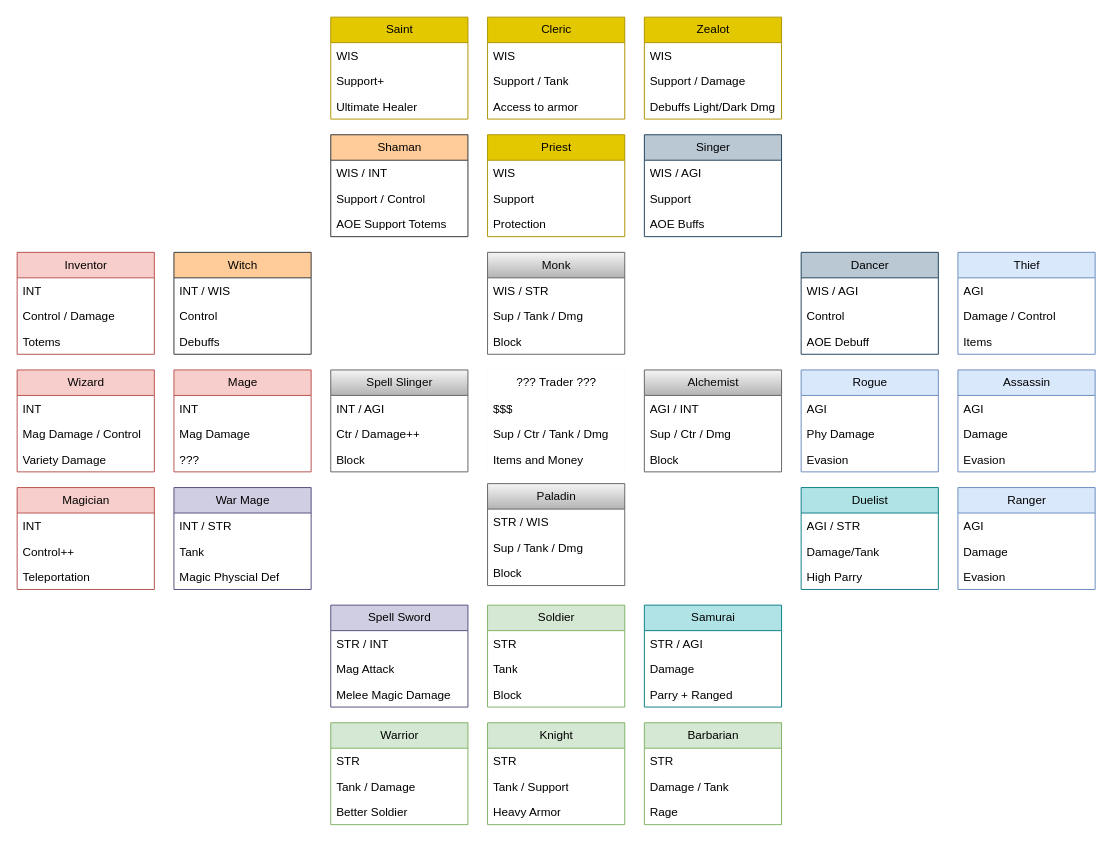
Earlier version of the draw.io diagram page "Page-1" (1 of 2) of notes/Classes.drawio (jhunt10/Pages). Source tidied: cells renumbered, new cells numbered last; positions are measured from the earlier drawing's top-left corner, leaving out a move shared by most shapes. Both pictures are drawn from the tidied source at 98%, with x=0, y=0 at pixel (17, 17).
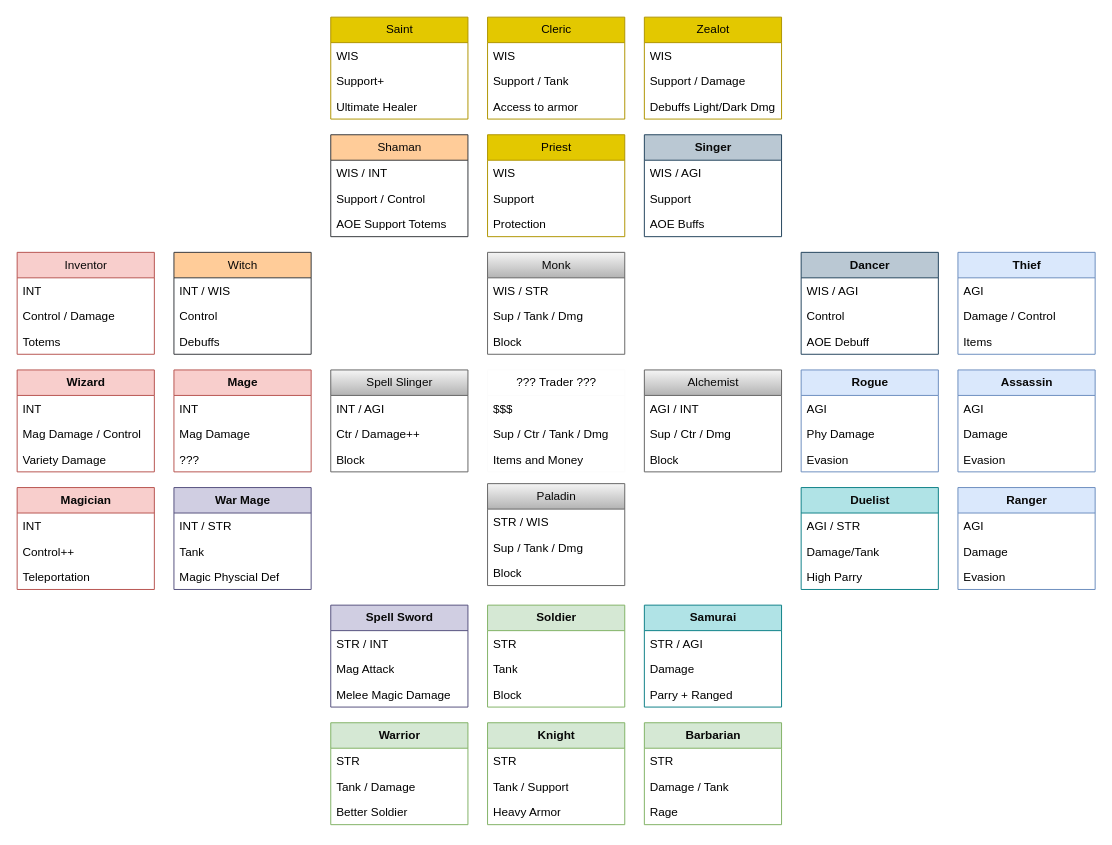
Above is the later version.

Change to the diagram source:
```diff
@@
-    <mxCell id="2" value="Mage" style="swimlane;fontStyle=0;horizontal=1;startSize=26;fillColor=#f8cecc;html=1;strokeColor=#b85450;" parent="1" vertex="1">
+    <mxCell id="2" value="Mage" style="swimlane;fontStyle=1;horizontal=1;startSize=26;fillColor=#f8cecc;html=1;strokeColor=#b85450;fontColor=#080808;" parent="1" vertex="1">
       <mxGeometry x="160" y="360" width="140" height="104" as="geometry" />
     </mxCell>
@@
-    <mxCell id="6" value="Rogue" style="swimlane;fontStyle=0;horizontal=1;startSize=26;fillColor=#dae8fc;html=1;strokeColor=#6c8ebf;" parent="1" vertex="1">
+    <mxCell id="6" value="Rogue" style="swimlane;fontStyle=1;horizontal=1;startSize=26;fillColor=#dae8fc;html=1;strokeColor=#6c8ebf;fontColor=#080808;" parent="1" vertex="1">
       <mxGeometry x="800" y="360" width="140" height="104" as="geometry" />
     </mxCell>
@@
-    <mxCell id="10" value="Soldier" style="swimlane;fontStyle=0;horizontal=1;startSize=26;fillColor=#d5e8d4;html=1;strokeColor=#82b366;" parent="1" vertex="1">
+    <mxCell id="10" value="Soldier" style="swimlane;fontStyle=1;horizontal=1;startSize=26;fillColor=#d5e8d4;html=1;strokeColor=#82b366;fontColor=#080808;" parent="1" vertex="1">
       <mxGeometry x="480" y="600" width="140" height="104" as="geometry" />
     </mxCell>
@@
-    <mxCell id="18" value="Witch" style="swimlane;fontStyle=0;horizontal=1;startSize=26;fillColor=#ffcc99;html=1;strokeColor=#36393d;" parent="1" vertex="1">
+    <mxCell id="18" value="Witch" style="swimlane;fontStyle=0;horizontal=1;startSize=26;fillColor=#ffcc99;html=1;strokeColor=#36393d;fontColor=#080808;" parent="1" vertex="1">
       <mxGeometry x="160" y="240" width="140" height="104" as="geometry" />
     </mxCell>
@@
-    <mxCell id="22" value="Wizard" style="swimlane;fontStyle=0;horizontal=1;startSize=26;fillColor=#f8cecc;html=1;strokeColor=#b85450;" parent="1" vertex="1">
+    <mxCell id="22" value="Wizard" style="swimlane;fontStyle=1;horizontal=1;startSize=26;fillColor=#f8cecc;html=1;strokeColor=#b85450;fontColor=#080808;" parent="1" vertex="1">
       <mxGeometry y="360" width="140" height="104" as="geometry" />
     </mxCell>
@@
-    <mxCell id="26" value="War Mage" style="swimlane;fontStyle=0;horizontal=1;startSize=26;fillColor=#d0cee2;html=1;strokeColor=#56517e;" parent="1" vertex="1">
+    <mxCell id="26" value="War Mage" style="swimlane;fontStyle=1;horizontal=1;startSize=26;fillColor=#d0cee2;html=1;strokeColor=#56517e;fontColor=#080808;" parent="1" vertex="1">
       <mxGeometry x="160" y="480" width="140" height="104" as="geometry" />
     </mxCell>
@@
-    <mxCell id="30" value="Duelist" style="swimlane;fontStyle=0;horizontal=1;startSize=26;fillColor=#b0e3e6;html=1;strokeColor=#0e8088;" parent="1" vertex="1">
+    <mxCell id="30" value="Duelist" style="swimlane;fontStyle=1;horizontal=1;startSize=26;fillColor=#b0e3e6;html=1;strokeColor=#0e8088;fontColor=#080808;" parent="1" vertex="1">
       <mxGeometry x="800" y="480" width="140" height="104" as="geometry" />
     </mxCell>
@@
-    <mxCell id="34" value="Singer" style="swimlane;fontStyle=0;horizontal=1;startSize=26;fillColor=#bac8d3;html=1;strokeColor=#23445d;" parent="1" vertex="1">
+    <mxCell id="34" value="Singer" style="swimlane;fontStyle=1;horizontal=1;startSize=26;fillColor=#bac8d3;html=1;strokeColor=#23445d;fontColor=#080808;" parent="1" vertex="1">
       <mxGeometry x="640" y="120" width="140" height="104" as="geometry" />
     </mxCell>
@@
-    <mxCell id="38" value="Ranger" style="swimlane;fontStyle=0;horizontal=1;startSize=26;fillColor=#dae8fc;html=1;strokeColor=#6c8ebf;" parent="1" vertex="1">
+    <mxCell id="38" value="Ranger" style="swimlane;fontStyle=1;horizontal=1;startSize=26;fillColor=#dae8fc;html=1;strokeColor=#6c8ebf;fontColor=#080808;" parent="1" vertex="1">
       <mxGeometry x="960" y="480" width="140" height="104" as="geometry" />
     </mxCell>
@@
-    <mxCell id="42" value="Assassin" style="swimlane;fontStyle=0;horizontal=1;startSize=26;fillColor=#dae8fc;html=1;strokeColor=#6c8ebf;" parent="1" vertex="1">
+    <mxCell id="42" value="Assassin" style="swimlane;fontStyle=1;horizontal=1;startSize=26;fillColor=#dae8fc;html=1;strokeColor=#6c8ebf;fontColor=#080808;" parent="1" vertex="1">
       <mxGeometry x="960" y="360" width="140" height="104" as="geometry" />
     </mxCell>
@@
-    <mxCell id="46" value="Thief" style="swimlane;fontStyle=0;horizontal=1;startSize=26;fillColor=#dae8fc;html=1;strokeColor=#6c8ebf;" parent="1" vertex="1">
+    <mxCell id="46" value="Thief" style="swimlane;fontStyle=1;horizontal=1;startSize=26;fillColor=#dae8fc;html=1;strokeColor=#6c8ebf;fontColor=#080808;" parent="1" vertex="1">
       <mxGeometry x="960" y="240" width="140" height="104" as="geometry" />
     </mxCell>
@@
-    <mxCell id="54" value="Knight" style="swimlane;fontStyle=0;horizontal=1;startSize=26;fillColor=#d5e8d4;html=1;strokeColor=#82b366;" parent="1" vertex="1">
+    <mxCell id="54" value="Knight" style="swimlane;fontStyle=1;horizontal=1;startSize=26;fillColor=#d5e8d4;html=1;strokeColor=#82b366;fontColor=#080808;" parent="1" vertex="1">
       <mxGeometry x="480" y="720" width="140" height="104" as="geometry" />
     </mxCell>
@@
-    <mxCell id="58" value="Warrior" style="swimlane;fontStyle=0;horizontal=1;startSize=26;fillColor=#d5e8d4;html=1;strokeColor=#82b366;" parent="1" vertex="1">
+    <mxCell id="58" value="Warrior" style="swimlane;fontStyle=1;horizontal=1;startSize=26;fillColor=#d5e8d4;html=1;strokeColor=#82b366;fontColor=#080808;" parent="1" vertex="1">
       <mxGeometry x="320" y="720" width="140" height="104" as="geometry" />
     </mxCell>
@@
-    <mxCell id="62" value="Barbarian" style="swimlane;fontStyle=0;horizontal=1;startSize=26;fillColor=#d5e8d4;html=1;strokeColor=#82b366;" parent="1" vertex="1">
+    <mxCell id="62" value="Barbarian" style="swimlane;fontStyle=1;horizontal=1;startSize=26;fillColor=#d5e8d4;html=1;strokeColor=#82b366;fontColor=#080808;" parent="1" vertex="1">
       <mxGeometry x="640" y="720" width="140" height="104" as="geometry" />
     </mxCell>
@@
-    <mxCell id="66" value="Shaman" style="swimlane;fontStyle=0;horizontal=1;startSize=26;fillColor=#ffcc99;html=1;strokeColor=#36393d;" parent="1" vertex="1">
+    <mxCell id="66" value="Shaman" style="swimlane;fontStyle=0;horizontal=1;startSize=26;fillColor=#ffcc99;html=1;strokeColor=#36393d;fontColor=#080808;" parent="1" vertex="1">
       <mxGeometry x="320" y="120" width="140" height="104" as="geometry" />
     </mxCell>
@@
-    <mxCell id="70" value="Spell Sword" style="swimlane;fontStyle=0;horizontal=1;startSize=26;fillColor=#d0cee2;html=1;strokeColor=#56517e;" parent="1" vertex="1">
+    <mxCell id="70" value="Spell Sword" style="swimlane;fontStyle=1;horizontal=1;startSize=26;fillColor=#d0cee2;html=1;strokeColor=#56517e;fontColor=#080808;" parent="1" vertex="1">
       <mxGeometry x="320" y="600" width="140" height="104" as="geometry" />
     </mxCell>
@@
-    <mxCell id="74" value="Dancer" style="swimlane;fontStyle=0;horizontal=1;startSize=26;fillColor=#bac8d3;html=1;strokeColor=#23445d;" parent="1" vertex="1">
+    <mxCell id="74" value="Dancer" style="swimlane;fontStyle=1;horizontal=1;startSize=26;fillColor=#bac8d3;html=1;strokeColor=#23445d;fontColor=#080808;" parent="1" vertex="1">
       <mxGeometry x="800" y="240" width="140" height="104" as="geometry" />
     </mxCell>
@@
-    <mxCell id="78" value="Samurai" style="swimlane;fontStyle=0;horizontal=1;startSize=26;fillColor=#b0e3e6;html=1;strokeColor=#0e8088;" parent="1" vertex="1">
+    <mxCell id="78" value="Samurai" style="swimlane;fontStyle=1;horizontal=1;startSize=26;fillColor=#b0e3e6;html=1;strokeColor=#0e8088;fontColor=#080808;" parent="1" vertex="1">
       <mxGeometry x="640" y="600" width="140" height="104" as="geometry" />
     </mxCell>
@@
-    <mxCell id="94" value="Magician" style="swimlane;fontStyle=0;horizontal=1;startSize=26;fillColor=#f8cecc;html=1;strokeColor=#b85450;" parent="1" vertex="1">
+    <mxCell id="94" value="Magician" style="swimlane;fontStyle=1;horizontal=1;startSize=26;fillColor=#f8cecc;html=1;strokeColor=#b85450;fontColor=#080808;" parent="1" vertex="1">
       <mxGeometry y="480" width="140" height="104" as="geometry" />
     </mxCell>
@@
-    <mxCell id="98" value="Inventor" style="swimlane;fontStyle=0;horizontal=1;startSize=26;fillColor=#f8cecc;html=1;strokeColor=#b85450;" parent="1" vertex="1">
+    <mxCell id="98" value="Inventor" style="swimlane;fontStyle=0;horizontal=1;startSize=26;fillColor=#f8cecc;html=1;strokeColor=#b85450;fontColor=#080808;" parent="1" vertex="1">
       <mxGeometry y="240" width="140" height="104" as="geometry" />
     </mxCell>
```
